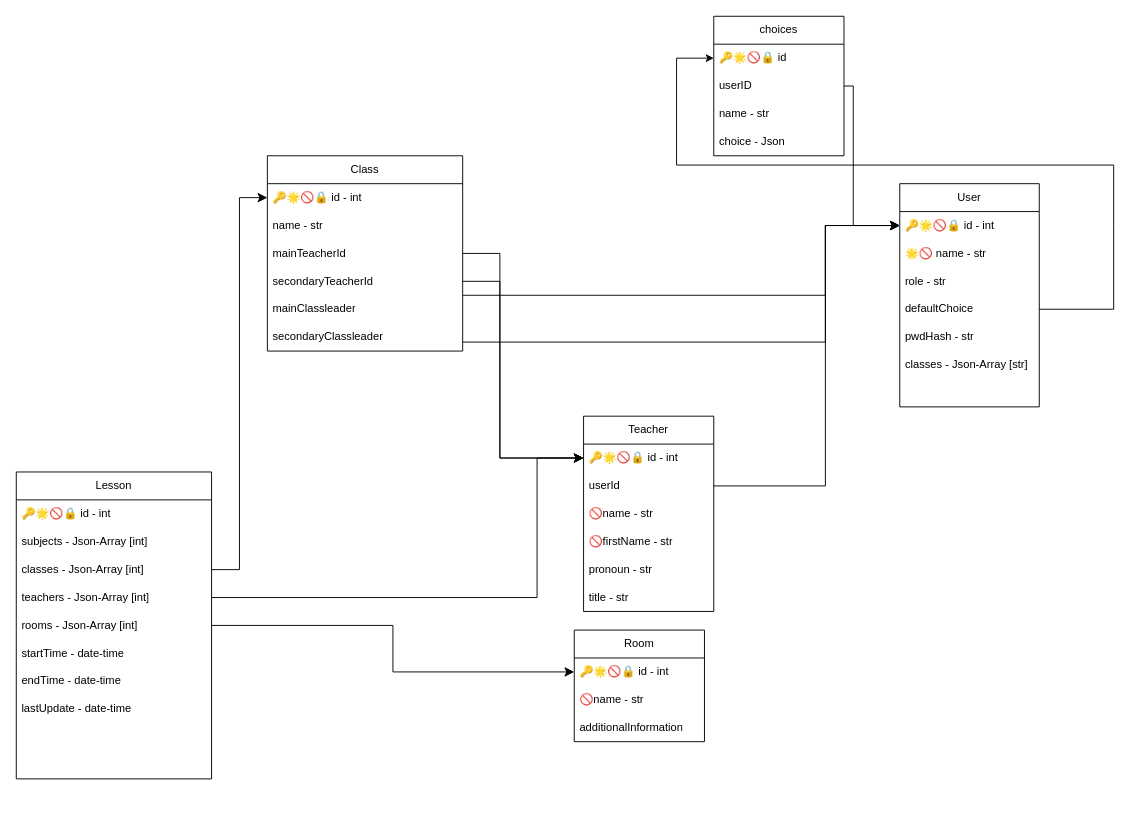
TooManyFiles/TMF-Timetable-Docs keeps this draw.io diagram as db.drawio. Above is the earlier version. Source tidied: cells renumbered, new cells numbered last; positions are measured from the earlier drawing's top-left corner, leaving out a move shared by most shapes. Both pictures are drawn from the tidied source at 93%, with x=0, y=0 at pixel (16, 16).
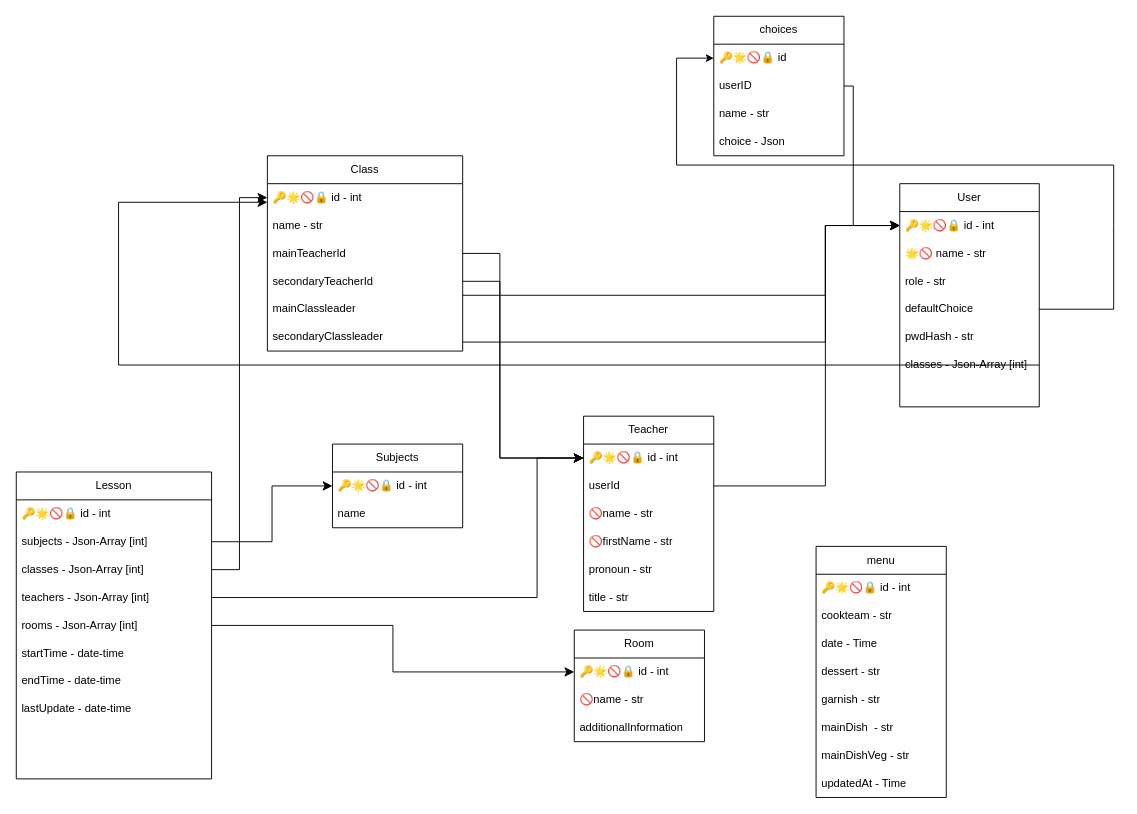
The same diagram, later.

Unchanged cells that the change refers to:
```xml
<mxCell id="2" value="User" style="swimlane;fontStyle=0;horizontal=1;startSize=30;whiteSpace=wrap;html=1;" parent="1" vertex="1">
  <mxGeometry x="950" y="180" width="150" height="240" as="geometry" />
</mxCell>
<mxCell id="33" value="subjects - Json-Array [int]" style="text;strokeColor=none;fillColor=none;align=left;verticalAlign=middle;spacingLeft=4;spacingRight=4;overflow=hidden;points=[[0,0.5],[1,0.5]];portConstraint=eastwest;whiteSpace=wrap;html=1;" parent="31" vertex="1">
  <mxGeometry y="60" width="210" height="30" as="geometry" />
</mxCell>
```

Diff of the diagram source:
```diff
@@
-    <mxCell id="8" value="classes - Json-Array [str]" style="text;strokeColor=none;fillColor=none;align=left;verticalAlign=middle;spacingLeft=4;spacingRight=4;overflow=hidden;points=[[0,0.5],[1,0.5]];portConstraint=eastwest;whiteSpace=wrap;html=1;" parent="2" vertex="1">
+    <mxCell id="8" value="classes - Json-Array [int]" style="text;strokeColor=none;fillColor=none;align=left;verticalAlign=middle;spacingLeft=4;spacingRight=4;overflow=hidden;points=[[0,0.5],[1,0.5]];portConstraint=eastwest;whiteSpace=wrap;html=1;" parent="2" vertex="1">
       <mxGeometry y="180" width="150" height="30" as="geometry" />
     </mxCell>
@@
+    <mxCell id="54" value="&lt;span style=&quot;text-align: left;&quot;&gt;Subjects&lt;/span&gt;" style="swimlane;fontStyle=0;horizontal=1;startSize=30;whiteSpace=wrap;html=1;" parent="1" vertex="1">
+      <mxGeometry x="340" y="460" width="140" height="90" as="geometry" />
+    </mxCell>
+    <mxCell id="55" value="🔑🌟🚫🔒 id - int" style="text;strokeColor=none;fillColor=none;align=left;verticalAlign=middle;spacingLeft=4;spacingRight=4;overflow=hidden;points=[[0,0.5],[1,0.5]];portConstraint=eastwest;whiteSpace=wrap;html=1;" parent="54" vertex="1">
+      <mxGeometry y="30" width="140" height="30" as="geometry" />
+    </mxCell>
+    <mxCell id="56" value="name" style="text;strokeColor=none;fillColor=none;align=left;verticalAlign=middle;spacingLeft=4;spacingRight=4;overflow=hidden;whiteSpace=wrap;html=1;" parent="54" vertex="1">
+      <mxGeometry y="60" width="140" height="30" as="geometry" />
+    </mxCell>
+    <mxCell id="57" style="edgeStyle=elbowEdgeStyle;elbow=horizontal;endArrow=classic;html=1;curved=0;rounded=0;endSize=8;startSize=8;" parent="1" edge="1" source="33" target="55">
+      <mxGeometry relative="1" as="geometry" />
+    </mxCell>
+    <mxCell id="58" style="edgeStyle=elbowEdgeStyle;elbow=horizontal;endArrow=classic;html=1;curved=0;rounded=0;endSize=8;startSize=8;exitX=1;exitY=0.5;exitDx=0;exitDy=0;" parent="1" edge="1" source="8">
+      <mxGeometry relative="1" as="geometry">
+        <mxPoint x="270" y="200" as="targetPoint" />
+        <Array as="points">
+          <mxPoint x="110" y="290" />
+          <mxPoint x="80" y="250" />
+        </Array>
+      </mxGeometry>
+    </mxCell>
+    <mxCell id="59" value="menu" style="swimlane;fontStyle=0;horizontal=1;startSize=30;whiteSpace=wrap;html=1;" parent="1" vertex="1">
+      <mxGeometry x="860" y="570" width="140" height="270" as="geometry" />
+    </mxCell>
+    <mxCell id="60" value="🔑🌟🚫🔒 id - int" style="text;strokeColor=none;fillColor=none;align=left;verticalAlign=middle;spacingLeft=4;spacingRight=4;overflow=hidden;whiteSpace=wrap;html=1;" parent="59" vertex="1">
+      <mxGeometry y="30" width="140" height="30" as="geometry" />
+    </mxCell>
+    <mxCell id="61" value="cookteam&amp;nbsp;- str" style="text;strokeColor=none;fillColor=none;align=left;verticalAlign=middle;spacingLeft=4;spacingRight=4;overflow=hidden;whiteSpace=wrap;html=1;" parent="59" vertex="1">
+      <mxGeometry y="60" width="140" height="30" as="geometry" />
+    </mxCell>
+    <mxCell id="62" value="date&amp;nbsp;- Time" style="text;strokeColor=none;fillColor=none;align=left;verticalAlign=middle;spacingLeft=4;spacingRight=4;overflow=hidden;whiteSpace=wrap;html=1;" parent="59" vertex="1">
+      <mxGeometry y="90" width="140" height="30" as="geometry" />
+    </mxCell>
+    <mxCell id="63" value="dessert&amp;nbsp;- str" style="text;strokeColor=none;fillColor=none;align=left;verticalAlign=middle;spacingLeft=4;spacingRight=4;overflow=hidden;whiteSpace=wrap;html=1;" parent="59" vertex="1">
+      <mxGeometry y="120" width="140" height="30" as="geometry" />
+    </mxCell>
+    <mxCell id="64" value="garnish&amp;nbsp;- str" style="text;strokeColor=none;fillColor=none;align=left;verticalAlign=middle;spacingLeft=4;spacingRight=4;overflow=hidden;whiteSpace=wrap;html=1;" parent="59" vertex="1">
+      <mxGeometry y="150" width="140" height="30" as="geometry" />
+    </mxCell>
+    <mxCell id="65" value="mainDish&amp;nbsp;&amp;nbsp;- str" style="text;strokeColor=none;fillColor=none;align=left;verticalAlign=middle;spacingLeft=4;spacingRight=4;overflow=hidden;whiteSpace=wrap;html=1;" parent="59" vertex="1">
+      <mxGeometry y="180" width="140" height="30" as="geometry" />
+    </mxCell>
+    <mxCell id="66" value="mainDishVeg - str" style="text;strokeColor=none;fillColor=none;align=left;verticalAlign=middle;spacingLeft=4;spacingRight=4;overflow=hidden;whiteSpace=wrap;html=1;" parent="59" vertex="1">
+      <mxGeometry y="210" width="140" height="30" as="geometry" />
+    </mxCell>
+    <mxCell id="67" value="updatedAt - Time" style="text;strokeColor=none;fillColor=none;align=left;verticalAlign=middle;spacingLeft=4;spacingRight=4;overflow=hidden;whiteSpace=wrap;html=1;" parent="59" vertex="1">
+      <mxGeometry y="240" width="140" height="30" as="geometry" />
+    </mxCell>
```
